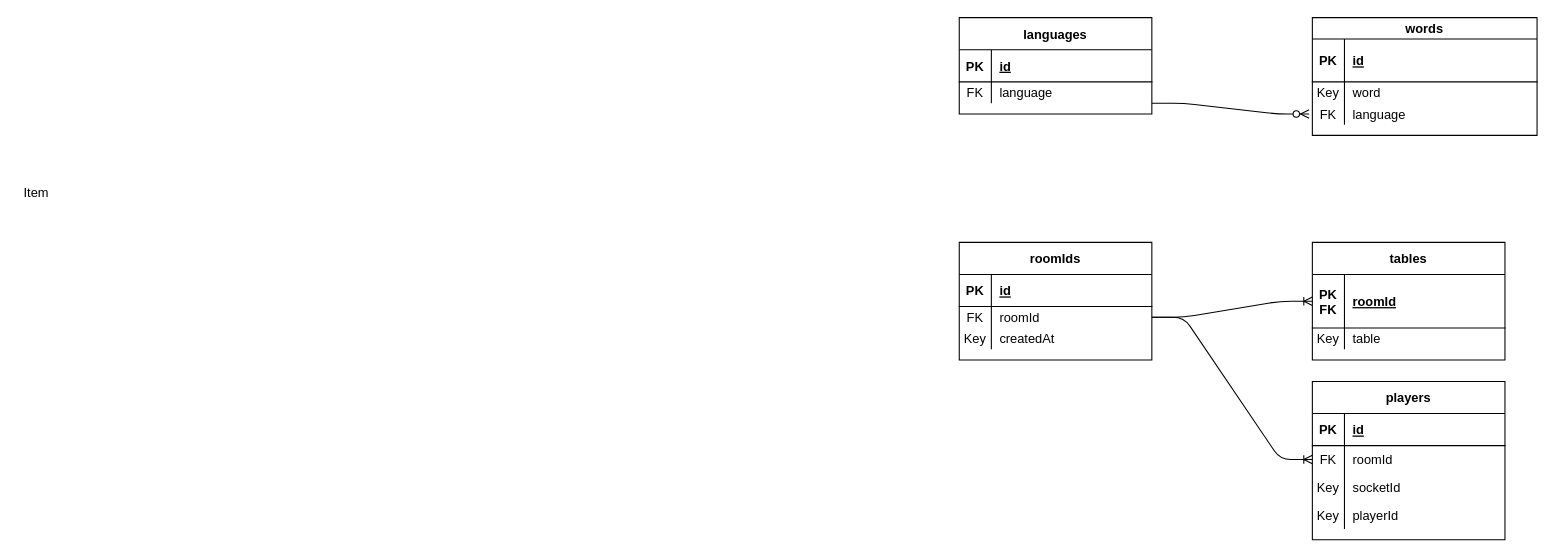
This is docs/ERD.drawio from yk-jp/Codenames, a draw.io file, before an edit. Source tidied: cells renumbered, new cells numbered last; positions are measured from the earlier drawing's top-left corner, leaving out a move shared by most shapes. Both pictures are drawn from the tidied source at 107%, with x=0, y=0 at pixel (17, 17).
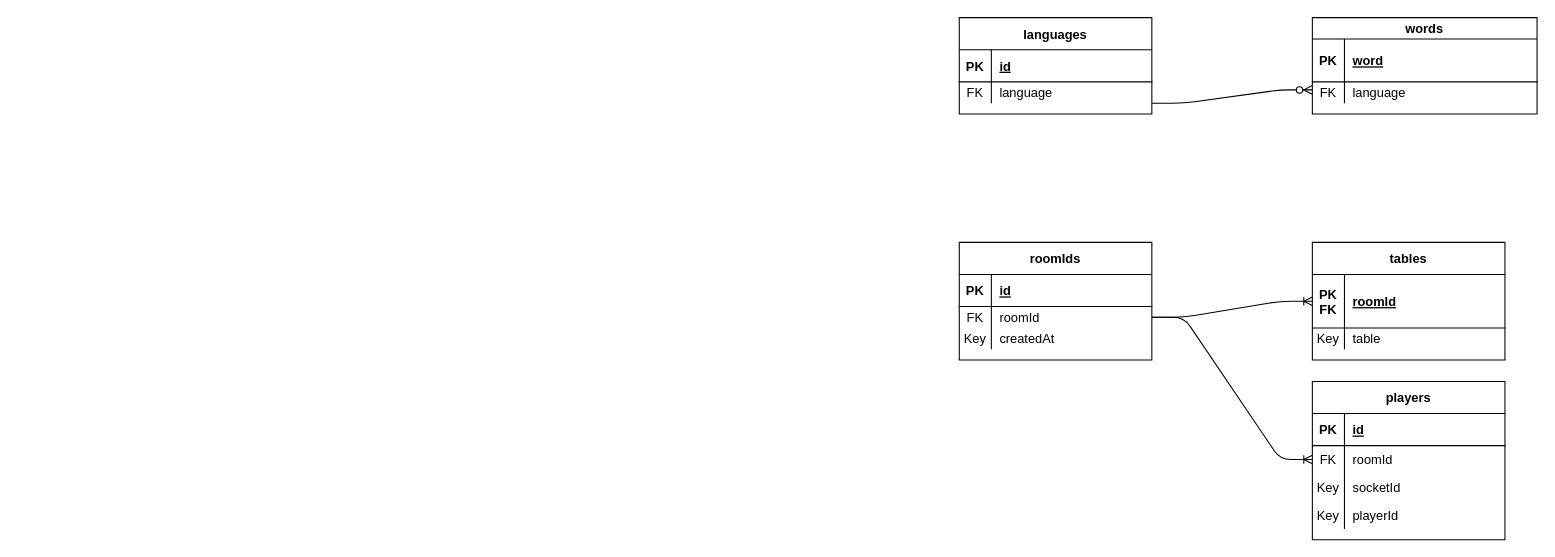
After the change.

The change refers to these unchanged cells:
```xml
<mxCell id="6" style="shape=partialRectangle;fillColor=none;top=0;left=0;bottom=0;right=0;points=[[0,0.5],[1,0.5]];portConstraint=eastwest;" parent="2" vertex="1">
  <mxGeometry y="60" width="180" height="20" as="geometry" />
</mxCell>
<mxCell id="10" style="shape=partialRectangle;fillColor=none;top=0;left=0;bottom=1;right=0;" parent="9" vertex="1">
  <mxGeometry y="20" width="210" height="40" as="geometry" />
</mxCell>
```

Change to the diagram source:
```diff
@@
     <mxCell id="9" value="words" style="shape=table;startSize=20;childLayout=tableLayout;rowLines=0;fontStyle=1;align=center;" parent="1" vertex="1">
-      <mxGeometry x="1210" width="210" height="110" as="geometry" />
+      <mxGeometry x="1210" width="210" height="90" as="geometry" />
     </mxCell>
@@
-    <mxCell id="12" value="id" style="shape=partialRectangle;fillColor=none;top=0;left=0;bottom=0;right=0;align=left;spacingLeft=6;fontStyle=5;overflow=hidden;" parent="10" vertex="1">
+    <mxCell id="12" value="word" style="shape=partialRectangle;fillColor=none;top=0;left=0;bottom=0;right=0;align=left;spacingLeft=6;fontStyle=5;overflow=hidden;" parent="10" vertex="1">
       <mxGeometry x="30" width="180" height="40" as="geometry" />
     </mxCell>
-    <mxCell id="13" style="shape=partialRectangle;fillColor=none;top=0;left=0;bottom=0;right=0;" parent="9" vertex="1">
-      <mxGeometry y="60" width="210" height="20" as="geometry" />
-    </mxCell>
-    <mxCell id="14" value="Key" style="shape=partialRectangle;fillColor=none;top=0;left=0;bottom=0;right=0;overflow=hidden;" parent="13" vertex="1">
-      <mxGeometry width="30" height="20" as="geometry" />
-    </mxCell>
-    <mxCell id="15" value="word" style="shape=partialRectangle;fillColor=none;top=0;left=0;bottom=0;right=0;align=left;spacingLeft=6;overflow=hidden;" parent="13" vertex="1">
-      <mxGeometry x="30" width="180" height="20" as="geometry" />
-    </mxCell>
     <mxCell id="16" style="shape=partialRectangle;fillColor=none;top=0;left=0;bottom=0;right=0;" parent="9" vertex="1">
-      <mxGeometry y="80" width="210" height="20" as="geometry" />
+      <mxGeometry y="60" width="210" height="20" as="geometry" />
     </mxCell>
@@
-    <mxCell id="19" value="Item" style="text;strokeColor=none;fillColor=none;spacingLeft=4;spacingRight=4;overflow=hidden;fontSize=12;" parent="1" vertex="1">
-      <mxGeometry y="150" width="40" height="30" as="geometry" />
-    </mxCell>
@@
-    <mxCell id="52" style="edgeStyle=entityRelationEdgeStyle;fontSize=12;html=1;endArrow=ERzeroToMany;endFill=1;exitX=1;exitY=1;exitDx=0;exitDy=0;exitPerimeter=0;" parent="1" edge="1" source="6">
-      <mxGeometry relative="1" as="geometry">
-        <mxPoint x="1207" y="90" as="targetPoint" />
-      </mxGeometry>
+    <mxCell id="52" style="edgeStyle=entityRelationEdgeStyle;fontSize=12;html=1;endArrow=ERzeroToMany;endFill=1;exitX=1;exitY=1;exitDx=0;exitDy=0;exitPerimeter=0;entryX=0;entryY=0.75;entryDx=0;entryDy=0;" parent="1" edge="1" source="6" target="9">
+      <mxGeometry relative="1" as="geometry" />
     </mxCell>
```
